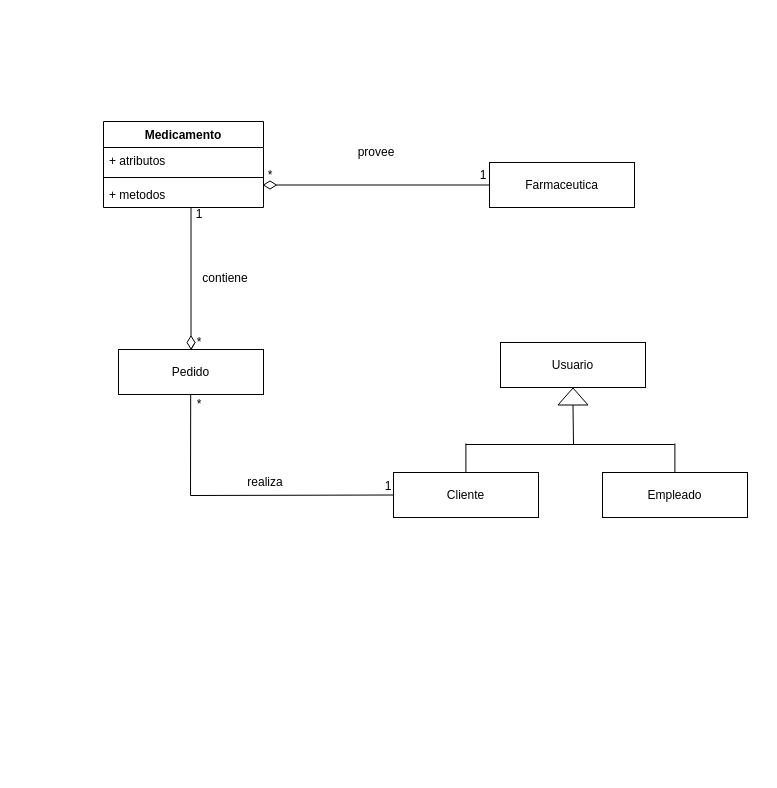
Earlier version of the draw.io diagram MC.drawio (EdwardERF/3_Tier_Program_.NET). Source tidied: cells renumbered, new cells numbered last; positions are measured from the earlier drawing's top-left corner, leaving out a move shared by most shapes. Both pictures are drawn from the tidied source at 100%, with x=0, y=0 at pixel (103, 121).
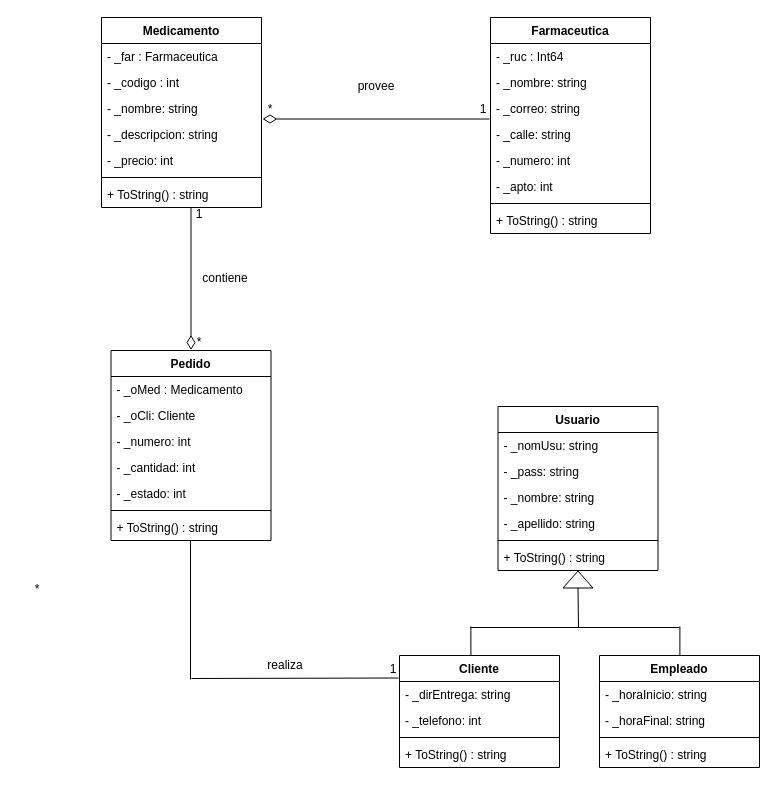
Above is the later version.

Unchanged cells that the change refers to:
```xml
<mxCell id="23" style="rhombus;whiteSpace=wrap;html=1;fontSize=12;align=center;rotation=-90;" parent="1" vertex="1">
  <mxGeometry x="81" y="217" width="13" height="8" as="geometry" />
</mxCell>
```

Change to the diagram source:
```diff
@@
-    <mxCell id="2" value="&lt;font style=&quot;font-size: 12px&quot;&gt;Farmaceutica&lt;/font&gt;" style="rounded=0;whiteSpace=wrap;html=1;fontSize=12;align=center;" parent="1" vertex="1">
-      <mxGeometry x="386" y="41" width="145" height="45" as="geometry" />
-    </mxCell>
-    <mxCell id="3" value="&lt;font style=&quot;font-size: 12px&quot;&gt;Pedido&lt;/font&gt;" style="rounded=0;whiteSpace=wrap;html=1;fontSize=12;align=center;" parent="1" vertex="1">
-      <mxGeometry x="15" y="228" width="145" height="45" as="geometry" />
-    </mxCell>
-    <mxCell id="4" value="&lt;font style=&quot;font-size: 12px&quot;&gt;Usuario&lt;/font&gt;" style="rounded=0;whiteSpace=wrap;html=1;fontSize=12;align=center;" parent="1" vertex="1">
-      <mxGeometry x="397" y="221" width="145" height="45" as="geometry" />
-    </mxCell>
-    <mxCell id="5" value="&lt;font style=&quot;font-size: 12px&quot;&gt;Cliente&lt;/font&gt;" style="rounded=0;whiteSpace=wrap;html=1;fontSize=12;align=center;" parent="1" vertex="1">
-      <mxGeometry x="290" y="351" width="145" height="45" as="geometry" />
-    </mxCell>
-    <mxCell id="6" value="&lt;font style=&quot;font-size: 12px&quot;&gt;Empleado&lt;/font&gt;" style="rounded=0;whiteSpace=wrap;html=1;fontSize=12;align=center;" parent="1" vertex="1">
-      <mxGeometry x="499" y="351" width="145" height="45" as="geometry" />
-    </mxCell>
     <mxCell id="7" style="endArrow=none;html=1;strokeWidth=1;fontSize=12;entryX=0;entryY=0.5;entryDx=0;entryDy=0;" parent="1" edge="1" target="11">
       <mxGeometry relative="1" as="geometry">
-        <mxPoint x="470" y="323" as="sourcePoint" />
+        <mxPoint x="475" y="506" as="sourcePoint" />
       </mxGeometry>
     </mxCell>
     <mxCell id="8" style="endArrow=none;html=1;strokeWidth=1;fontSize=12;" parent="1" edge="1">
       <mxGeometry relative="1" as="geometry">
-        <mxPoint x="571.4" y="351" as="sourcePoint" />
-        <mxPoint x="571.4" y="322" as="targetPoint" />
+        <mxPoint x="576.4" y="534" as="sourcePoint" />
+        <mxPoint x="576.4" y="505" as="targetPoint" />
       </mxGeometry>
     </mxCell>
     <mxCell id="9" style="endArrow=none;html=1;strokeWidth=1;fontSize=12;" parent="1" edge="1">
       <mxGeometry relative="1" as="geometry">
-        <mxPoint x="362.4" y="351" as="sourcePoint" />
-        <mxPoint x="362.4" y="322" as="targetPoint" />
+        <mxPoint x="367.4" y="534" as="sourcePoint" />
+        <mxPoint x="367.4" y="505" as="targetPoint" />
       </mxGeometry>
     </mxCell>
     <mxCell id="10" style="endArrow=none;html=1;strokeWidth=1;fontSize=12;" parent="1" edge="1">
       <mxGeometry relative="1" as="geometry">
-        <mxPoint x="362" y="323" as="sourcePoint" />
-        <mxPoint x="571" y="323" as="targetPoint" />
+        <mxPoint x="367" y="506" as="sourcePoint" />
+        <mxPoint x="576" y="506" as="targetPoint" />
       </mxGeometry>
     </mxCell>
     <mxCell id="11" style="triangle;whiteSpace=wrap;html=1;fontSize=12;align=center;rotation=-90;" parent="1" vertex="1">
-      <mxGeometry x="461" y="260" width="17" height="30" as="geometry" />
+      <mxGeometry x="466" y="443" width="17" height="30" as="geometry" />
     </mxCell>
-    <mxCell id="12" style="endArrow=none;html=1;strokeWidth=1;fontSize=12;entryX=0;entryY=0.5;entryDx=0;entryDy=0;exitX=1;exitY=0.5;exitDx=0;exitDy=0;" parent="1" edge="1" source="19" target="2">
-      <mxGeometry relative="1" as="geometry" />
+    <mxCell id="12" style="endArrow=none;html=1;strokeWidth=1;fontSize=12;entryX=0;entryY=0.5;entryDx=0;entryDy=0;exitX=1;exitY=0.5;exitDx=0;exitDy=0;" parent="1" edge="1" source="19">
+      <mxGeometry relative="1" as="geometry">
+        <mxPoint x="386" y="-2.5" as="targetPoint" />
+      </mxGeometry>
     </mxCell>
-    <mxCell id="13" style="endArrow=none;html=1;strokeWidth=1;fontSize=12;exitX=0.5;exitY=1;exitDx=0;exitDy=0;entryX=0.5;entryY=0;entryDx=0;entryDy=0;" parent="1" edge="1" source="23" target="3">
-      <mxGeometry relative="1" as="geometry" />
-    </mxCell>
-    <mxCell id="14" style="endArrow=none;html=1;strokeWidth=1;fontSize=12;exitX=0.5;exitY=1;exitDx=0;exitDy=0;" parent="1" edge="1">
+    <mxCell id="14" style="endArrow=none;html=1;strokeWidth=1;fontSize=12;" parent="1" edge="1">
       <mxGeometry relative="1" as="geometry">
-        <mxPoint x="87.2" y="273" as="sourcePoint" />
-        <mxPoint x="87" y="374" as="targetPoint" />
+        <mxPoint x="87" y="419" as="sourcePoint" />
+        <mxPoint x="87" y="558" as="targetPoint" />
       </mxGeometry>
     </mxCell>
-    <mxCell id="15" style="endArrow=none;html=1;strokeWidth=1;fontSize=12;exitX=0;exitY=0.5;exitDx=0;exitDy=0;" parent="1" edge="1" source="5">
+    <mxCell id="15" style="endArrow=none;html=1;strokeWidth=1;fontSize=12;exitX=0;exitY=0.5;exitDx=0;exitDy=0;" parent="1" edge="1">
       <mxGeometry relative="1" as="geometry">
-        <mxPoint x="87" y="374" as="targetPoint" />
+        <mxPoint x="295" y="556.5" as="sourcePoint" />
+        <mxPoint x="88" y="557" as="targetPoint" />
       </mxGeometry>
     </mxCell>
     <mxCell id="16" value="provee" style="text;html=1;strokeColor=none;fillColor=none;align=center;verticalAlign=middle;whiteSpace=wrap;rounded=0;fontSize=12;" parent="1" vertex="1">
-      <mxGeometry x="253" y="21" width="40" height="20" as="geometry" />
+      <mxGeometry x="253" y="-45" width="40" height="20" as="geometry" />
     </mxCell>
@@
     <mxCell id="18" value="realiza" style="text;html=1;strokeColor=none;fillColor=none;align=center;verticalAlign=middle;whiteSpace=wrap;rounded=0;fontSize=12;" parent="1" vertex="1">
-      <mxGeometry x="142" y="351" width="40" height="20" as="geometry" />
+      <mxGeometry x="162" y="534" width="40" height="20" as="geometry" />
     </mxCell>
     <mxCell id="19" style="rhombus;whiteSpace=wrap;html=1;fontSize=12;align=center;" parent="1" vertex="1">
-      <mxGeometry x="160" y="59.5" width="13" height="8" as="geometry" />
+      <mxGeometry x="160" y="-6.5" width="13" height="8" as="geometry" />
     </mxCell>
     <mxCell id="20" style="endArrow=none;html=1;strokeWidth=1;fontSize=12;entryX=0;entryY=0.5;entryDx=0;entryDy=0;exitX=1;exitY=0.5;exitDx=0;exitDy=0;" parent="1" edge="1" target="19">
       <mxGeometry relative="1" as="geometry">
-        <mxPoint x="160" y="63.5" as="sourcePoint" />
+        <mxPoint x="160" y="-2.5" as="sourcePoint" />
       </mxGeometry>
     </mxCell>
     <mxCell id="21" value="*" style="text;html=1;strokeColor=none;fillColor=none;align=center;verticalAlign=middle;whiteSpace=wrap;rounded=0;fontSize=12;" parent="1" vertex="1">
-      <mxGeometry x="146.5" y="44" width="40" height="20" as="geometry" />
+      <mxGeometry x="146.5" y="-22" width="40" height="20" as="geometry" />
     </mxCell>
     <mxCell id="22" value="1" style="text;html=1;strokeColor=none;fillColor=none;align=center;verticalAlign=middle;whiteSpace=wrap;rounded=0;fontSize=12;" parent="1" vertex="1">
-      <mxGeometry x="360" y="44" width="40" height="20" as="geometry" />
+      <mxGeometry x="360" y="-22" width="40" height="20" as="geometry" />
     </mxCell>
@@
     <mxCell id="27" value="*" style="text;html=1;strokeColor=none;fillColor=none;align=center;verticalAlign=middle;whiteSpace=wrap;rounded=0;fontSize=12;" parent="1" vertex="1">
-      <mxGeometry x="76" y="273" width="40" height="20" as="geometry" />
+      <mxGeometry x="-86" y="458" width="40" height="20" as="geometry" />
     </mxCell>
     <mxCell id="28" value="1" style="text;html=1;strokeColor=none;fillColor=none;align=center;verticalAlign=middle;whiteSpace=wrap;rounded=0;fontSize=12;" parent="1" vertex="1">
-      <mxGeometry x="265" y="355" width="40" height="20" as="geometry" />
+      <mxGeometry x="270" y="538" width="40" height="20" as="geometry" />
     </mxCell>
     <mxCell id="29" value="Medicamento" style="swimlane;fontStyle=1;align=center;verticalAlign=top;horizontal=1;startSize=26;fontSize=12;" parent="1" vertex="1">
-      <mxGeometry width="160" height="86" as="geometry" />
+      <mxGeometry x="-2" y="-104" width="160" height="190" as="geometry" />
     </mxCell>
-    <mxCell id="30" value="+ atributos" style="text;strokeColor=none;fillColor=none;align=left;verticalAlign=top;spacingLeft=4;spacingRight=4;overflow=hidden;" parent="29" vertex="1">
+    <mxCell id="30" value="- _far : Farmaceutica" style="text;strokeColor=none;fillColor=none;align=left;verticalAlign=top;spacingLeft=4;spacingRight=4;overflow=hidden;" parent="29" vertex="1">
       <mxGeometry y="26" width="160" height="26" as="geometry" />
     </mxCell>
+    <mxCell id="33" value="- _codigo : int" style="text;strokeColor=none;fillColor=none;align=left;verticalAlign=top;spacingLeft=4;spacingRight=4;overflow=hidden;" parent="29" vertex="1">
+      <mxGeometry y="52" width="160" height="26" as="geometry" />
+    </mxCell>
+    <mxCell id="34" value="- _nombre: string" style="text;strokeColor=none;fillColor=none;align=left;verticalAlign=top;spacingLeft=4;spacingRight=4;overflow=hidden;" parent="29" vertex="1">
+      <mxGeometry y="78" width="160" height="26" as="geometry" />
+    </mxCell>
+    <mxCell id="35" value="- _descripcion: string" style="text;strokeColor=none;fillColor=none;align=left;verticalAlign=top;spacingLeft=4;spacingRight=4;overflow=hidden;" parent="29" vertex="1">
+      <mxGeometry y="104" width="160" height="26" as="geometry" />
+    </mxCell>
+    <mxCell id="36" value="- _precio: int" style="text;strokeColor=none;fillColor=none;align=left;verticalAlign=top;spacingLeft=4;spacingRight=4;overflow=hidden;" parent="29" vertex="1">
+      <mxGeometry y="130" width="160" height="26" as="geometry" />
+    </mxCell>
     <mxCell id="31" style="line;strokeWidth=1;fillColor=none;align=left;verticalAlign=middle;spacingTop=-1;spacingLeft=3;spacingRight=3;labelPosition=right;" parent="29" vertex="1">
-      <mxGeometry y="52" width="160" height="8" as="geometry" />
+      <mxGeometry y="156" width="160" height="8" as="geometry" />
     </mxCell>
-    <mxCell id="32" value="+ metodos" style="text;strokeColor=none;fillColor=none;align=left;verticalAlign=top;spacingLeft=4;spacingRight=4;overflow=hidden;" parent="29" vertex="1">
-      <mxGeometry y="60" width="160" height="26" as="geometry" />
+    <mxCell id="32" value="+ ToString() : string" style="text;strokeColor=none;fillColor=none;align=left;verticalAlign=top;spacingLeft=4;spacingRight=4;overflow=hidden;" parent="29" vertex="1">
+      <mxGeometry y="164" width="160" height="26" as="geometry" />
     </mxCell>
+    <mxCell id="2" value="Farmaceutica" style="swimlane;fontStyle=1;align=center;verticalAlign=top;horizontal=1;startSize=26;fontSize=12;" parent="1" vertex="1">
+      <mxGeometry x="387" y="-104" width="160" height="216" as="geometry" />
+    </mxCell>
+    <mxCell id="37" value="- _ruc : Int64" style="text;strokeColor=none;fillColor=none;align=left;verticalAlign=top;spacingLeft=4;spacingRight=4;overflow=hidden;" parent="2" vertex="1">
+      <mxGeometry y="26" width="160" height="26" as="geometry" />
+    </mxCell>
+    <mxCell id="38" value="- _nombre: string" style="text;strokeColor=none;fillColor=none;align=left;verticalAlign=top;spacingLeft=4;spacingRight=4;overflow=hidden;" parent="2" vertex="1">
+      <mxGeometry y="52" width="160" height="26" as="geometry" />
+    </mxCell>
+    <mxCell id="39" value="- _correo: string" style="text;strokeColor=none;fillColor=none;align=left;verticalAlign=top;spacingLeft=4;spacingRight=4;overflow=hidden;" parent="2" vertex="1">
+      <mxGeometry y="78" width="160" height="26" as="geometry" />
+    </mxCell>
+    <mxCell id="40" value="- _calle: string" style="text;strokeColor=none;fillColor=none;align=left;verticalAlign=top;spacingLeft=4;spacingRight=4;overflow=hidden;" parent="2" vertex="1">
+      <mxGeometry y="104" width="160" height="26" as="geometry" />
+    </mxCell>
+    <mxCell id="41" value="- _numero: int" style="text;strokeColor=none;fillColor=none;align=left;verticalAlign=top;spacingLeft=4;spacingRight=4;overflow=hidden;" parent="2" vertex="1">
+      <mxGeometry y="130" width="160" height="26" as="geometry" />
+    </mxCell>
+    <mxCell id="42" value="- _apto: int" style="text;strokeColor=none;fillColor=none;align=left;verticalAlign=top;spacingLeft=4;spacingRight=4;overflow=hidden;" parent="2" vertex="1">
+      <mxGeometry y="156" width="160" height="26" as="geometry" />
+    </mxCell>
+    <mxCell id="43" style="line;strokeWidth=1;fillColor=none;align=left;verticalAlign=middle;spacingTop=-1;spacingLeft=3;spacingRight=3;labelPosition=right;" parent="2" vertex="1">
+      <mxGeometry y="182" width="160" height="8" as="geometry" />
+    </mxCell>
+    <mxCell id="44" value="+ ToString() : string" style="text;strokeColor=none;fillColor=none;align=left;verticalAlign=top;spacingLeft=4;spacingRight=4;overflow=hidden;" parent="2" vertex="1">
+      <mxGeometry y="190" width="160" height="26" as="geometry" />
+    </mxCell>
+    <mxCell id="3" value="Pedido" style="swimlane;fontStyle=1;align=center;verticalAlign=top;horizontal=1;startSize=26;fontSize=12;" parent="1" vertex="1">
+      <mxGeometry x="7.5" y="229" width="160" height="190" as="geometry" />
+    </mxCell>
+    <mxCell id="45" value="- _oMed : Medicamento" style="text;strokeColor=none;fillColor=none;align=left;verticalAlign=top;spacingLeft=4;spacingRight=4;overflow=hidden;" parent="3" vertex="1">
+      <mxGeometry y="26" width="160" height="26" as="geometry" />
+    </mxCell>
+    <mxCell id="46" value="- _oCli: Cliente" style="text;strokeColor=none;fillColor=none;align=left;verticalAlign=top;spacingLeft=4;spacingRight=4;overflow=hidden;" parent="3" vertex="1">
+      <mxGeometry y="52" width="160" height="26" as="geometry" />
+    </mxCell>
+    <mxCell id="47" value="- _numero: int" style="text;strokeColor=none;fillColor=none;align=left;verticalAlign=top;spacingLeft=4;spacingRight=4;overflow=hidden;" parent="3" vertex="1">
+      <mxGeometry y="78" width="160" height="26" as="geometry" />
+    </mxCell>
+    <mxCell id="48" value="- _cantidad: int" style="text;strokeColor=none;fillColor=none;align=left;verticalAlign=top;spacingLeft=4;spacingRight=4;overflow=hidden;" parent="3" vertex="1">
+      <mxGeometry y="104" width="160" height="26" as="geometry" />
+    </mxCell>
+    <mxCell id="49" value="- _estado: int" style="text;strokeColor=none;fillColor=none;align=left;verticalAlign=top;spacingLeft=4;spacingRight=4;overflow=hidden;" parent="3" vertex="1">
+      <mxGeometry y="130" width="160" height="26" as="geometry" />
+    </mxCell>
+    <mxCell id="50" style="line;strokeWidth=1;fillColor=none;align=left;verticalAlign=middle;spacingTop=-1;spacingLeft=3;spacingRight=3;labelPosition=right;" parent="3" vertex="1">
+      <mxGeometry y="156" width="160" height="8" as="geometry" />
+    </mxCell>
+    <mxCell id="51" value="+ ToString() : string" style="text;strokeColor=none;fillColor=none;align=left;verticalAlign=top;spacingLeft=4;spacingRight=4;overflow=hidden;" parent="3" vertex="1">
+      <mxGeometry y="164" width="160" height="26" as="geometry" />
+    </mxCell>
+    <mxCell id="4" value="Usuario" style="swimlane;fontStyle=1;align=center;verticalAlign=top;horizontal=1;startSize=26;fontSize=12;" parent="1" vertex="1">
+      <mxGeometry x="394.5" y="285" width="160" height="164" as="geometry" />
+    </mxCell>
+    <mxCell id="52" value="- _nomUsu: string" style="text;strokeColor=none;fillColor=none;align=left;verticalAlign=top;spacingLeft=4;spacingRight=4;overflow=hidden;" parent="4" vertex="1">
+      <mxGeometry y="26" width="160" height="26" as="geometry" />
+    </mxCell>
+    <mxCell id="53" value="- _pass: string" style="text;strokeColor=none;fillColor=none;align=left;verticalAlign=top;spacingLeft=4;spacingRight=4;overflow=hidden;" parent="4" vertex="1">
+      <mxGeometry y="52" width="160" height="26" as="geometry" />
+    </mxCell>
+    <mxCell id="54" value="- _nombre: string" style="text;strokeColor=none;fillColor=none;align=left;verticalAlign=top;spacingLeft=4;spacingRight=4;overflow=hidden;" parent="4" vertex="1">
+      <mxGeometry y="78" width="160" height="26" as="geometry" />
+    </mxCell>
+    <mxCell id="55" value="- _apellido: string" style="text;strokeColor=none;fillColor=none;align=left;verticalAlign=top;spacingLeft=4;spacingRight=4;overflow=hidden;" parent="4" vertex="1">
+      <mxGeometry y="104" width="160" height="26" as="geometry" />
+    </mxCell>
+    <mxCell id="56" style="line;strokeWidth=1;fillColor=none;align=left;verticalAlign=middle;spacingTop=-1;spacingLeft=3;spacingRight=3;labelPosition=right;" parent="4" vertex="1">
+      <mxGeometry y="130" width="160" height="8" as="geometry" />
+    </mxCell>
+    <mxCell id="57" value="+ ToString() : string" style="text;strokeColor=none;fillColor=none;align=left;verticalAlign=top;spacingLeft=4;spacingRight=4;overflow=hidden;" parent="4" vertex="1">
+      <mxGeometry y="138" width="160" height="26" as="geometry" />
+    </mxCell>
+    <mxCell id="5" value="Cliente" style="swimlane;fontStyle=1;align=center;verticalAlign=top;horizontal=1;startSize=26;fontSize=12;" parent="1" vertex="1">
+      <mxGeometry x="296" y="534" width="160" height="112" as="geometry" />
+    </mxCell>
+    <mxCell id="58" value="- _dirEntrega: string" style="text;strokeColor=none;fillColor=none;align=left;verticalAlign=top;spacingLeft=4;spacingRight=4;overflow=hidden;" parent="5" vertex="1">
+      <mxGeometry y="26" width="160" height="26" as="geometry" />
+    </mxCell>
+    <mxCell id="59" value="- _telefono: int" style="text;strokeColor=none;fillColor=none;align=left;verticalAlign=top;spacingLeft=4;spacingRight=4;overflow=hidden;" parent="5" vertex="1">
+      <mxGeometry y="52" width="160" height="26" as="geometry" />
+    </mxCell>
+    <mxCell id="60" style="line;strokeWidth=1;fillColor=none;align=left;verticalAlign=middle;spacingTop=-1;spacingLeft=3;spacingRight=3;labelPosition=right;" parent="5" vertex="1">
+      <mxGeometry y="78" width="160" height="8" as="geometry" />
+    </mxCell>
+    <mxCell id="61" value="+ ToString() : string" style="text;strokeColor=none;fillColor=none;align=left;verticalAlign=top;spacingLeft=4;spacingRight=4;overflow=hidden;" parent="5" vertex="1">
+      <mxGeometry y="86" width="160" height="26" as="geometry" />
+    </mxCell>
+    <mxCell id="6" value="Empleado" style="swimlane;fontStyle=1;align=center;verticalAlign=top;horizontal=1;startSize=26;fontSize=12;" parent="1" vertex="1">
+      <mxGeometry x="496" y="534" width="160" height="112" as="geometry" />
+    </mxCell>
+    <mxCell id="62" value="- _horaInicio: string" style="text;strokeColor=none;fillColor=none;align=left;verticalAlign=top;spacingLeft=4;spacingRight=4;overflow=hidden;" parent="6" vertex="1">
+      <mxGeometry y="26" width="160" height="26" as="geometry" />
+    </mxCell>
+    <mxCell id="63" value="- _horaFinal: string" style="text;strokeColor=none;fillColor=none;align=left;verticalAlign=top;spacingLeft=4;spacingRight=4;overflow=hidden;" parent="6" vertex="1">
+      <mxGeometry y="52" width="160" height="26" as="geometry" />
+    </mxCell>
+    <mxCell id="64" style="line;strokeWidth=1;fillColor=none;align=left;verticalAlign=middle;spacingTop=-1;spacingLeft=3;spacingRight=3;labelPosition=right;" parent="6" vertex="1">
+      <mxGeometry y="78" width="160" height="8" as="geometry" />
+    </mxCell>
+    <mxCell id="65" value="+ ToString() : string" style="text;strokeColor=none;fillColor=none;align=left;verticalAlign=top;spacingLeft=4;spacingRight=4;overflow=hidden;" parent="6" vertex="1">
+      <mxGeometry y="86" width="160" height="26" as="geometry" />
+    </mxCell>
```
